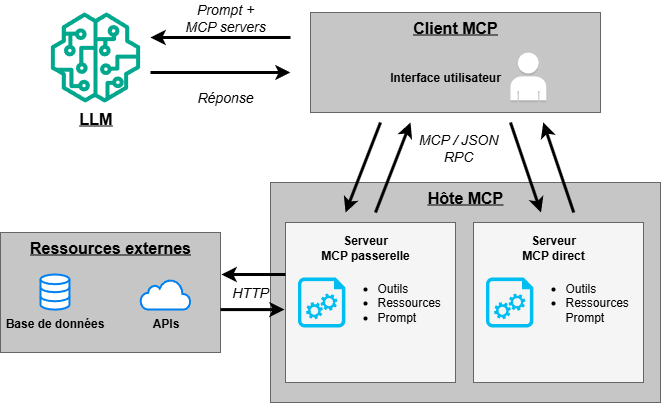
Above: documentation-latex/img/architecture_model_context_protocol.drawio.png in jonathanboreljaquet/bj-travail-bachelor-2026 (draw.io), before the change. Source tidied: cells renumbered, new cells last; positions are measured from the earlier drawing's top-left corner, leaving out a move shared by most shapes. The source it was exported from:
```xml
<mxGraphModel>
  <root>
    <mxCell id="0" />
    <mxCell id="1" parent="0" />
    <mxCell id="2" style="rounded=0;whiteSpace=wrap;html=1;fillColor=#C6C6C6;strokeColor=#666666;fontColor=#333333;" parent="1" vertex="1">
      <mxGeometry x="310" y="10" width="290" height="100" as="geometry" />
    </mxCell>
    <mxCell id="3" value="Client MCP" style="text;html=1;align=center;verticalAlign=middle;whiteSpace=wrap;rounded=0;fontStyle=5;fontFamily=Helvetica;fontSize=16;" parent="1" vertex="1">
      <mxGeometry x="390" y="10" width="130" height="30" as="geometry" />
    </mxCell>
    <mxCell id="4" value="Interface utilisateur" style="text;html=1;align=center;verticalAlign=middle;whiteSpace=wrap;rounded=0;fontStyle=1;" parent="1" vertex="1">
      <mxGeometry x="380" y="60" width="130" height="30" as="geometry" />
    </mxCell>
    <mxCell id="5" style="dashed=0;verticalLabelPosition=bottom;verticalAlign=top;align=center;html=1;shape=mxgraph.aws3.user;" parent="1" vertex="1">
      <mxGeometry x="510" y="50" width="35.7" height="50" as="geometry" />
    </mxCell>
    <mxCell id="6" value="LLM" style="sketch=0;fontColor=#000000;gradientColor=none;fillColor=#01A88D;strokeColor=none;dashed=0;verticalLabelPosition=bottom;verticalAlign=top;align=center;html=1;fontSize=16;fontStyle=5;shape=mxgraph.aws4.sagemaker_model;" parent="1" vertex="1">
      <mxGeometry x="50" y="10" width="90" height="90" as="geometry" />
    </mxCell>
    <mxCell id="7" style="edgeStyle=orthogonalEdgeStyle;rounded=0;orthogonalLoop=1;jettySize=auto;html=1;strokeWidth=3;" parent="1" edge="1">
      <mxGeometry relative="1" as="geometry">
        <mxPoint x="290" y="35" as="sourcePoint" />
        <mxPoint x="150" y="35" as="targetPoint" />
      </mxGeometry>
    </mxCell>
    <mxCell id="8" style="edgeStyle=orthogonalEdgeStyle;rounded=0;orthogonalLoop=1;jettySize=auto;html=1;strokeWidth=3;startArrow=classic;startFill=1;endArrow=none;endFill=0;" parent="1" edge="1">
      <mxGeometry relative="1" as="geometry">
        <mxPoint x="290" y="70" as="sourcePoint" />
        <mxPoint x="150" y="70" as="targetPoint" />
      </mxGeometry>
    </mxCell>
    <mxCell id="9" value="Prompt + MCP servers" style="text;html=1;align=center;verticalAlign=middle;whiteSpace=wrap;rounded=0;fontStyle=2;fontSize=14;" parent="1" vertex="1">
      <mxGeometry x="180" width="90" height="30" as="geometry" />
    </mxCell>
    <mxCell id="10" value="Réponse" style="text;html=1;align=center;verticalAlign=middle;whiteSpace=wrap;rounded=0;fontStyle=2;fontSize=14;" parent="1" vertex="1">
      <mxGeometry x="180" y="80" width="90" height="30" as="geometry" />
    </mxCell>
    <mxCell id="11" style="rounded=0;whiteSpace=wrap;html=1;fillColor=#C6C6C6;fontColor=#333333;strokeColor=#666666;" parent="1" vertex="1">
      <mxGeometry x="270" y="180" width="390" height="220" as="geometry" />
    </mxCell>
    <mxCell id="12" value="Hôte MCP" style="text;html=1;align=center;verticalAlign=middle;whiteSpace=wrap;rounded=0;fontStyle=5;fontSize=16;" parent="1" vertex="1">
      <mxGeometry x="400" y="180" width="130" height="30" as="geometry" />
    </mxCell>
    <mxCell id="13" style="rounded=0;whiteSpace=wrap;html=1;fillColor=#f5f5f5;fontColor=#333333;strokeColor=#666666;" parent="1" vertex="1">
      <mxGeometry x="285" y="220" width="170" height="160" as="geometry" />
    </mxCell>
    <mxCell id="14" style="rounded=0;whiteSpace=wrap;html=1;fillColor=#f5f5f5;fontColor=#333333;strokeColor=#666666;" parent="1" vertex="1">
      <mxGeometry x="473" y="220" width="170" height="160" as="geometry" />
    </mxCell>
    <mxCell id="15" value="Serveur MCP&amp;nbsp;passerelle" style="text;html=1;align=center;verticalAlign=middle;whiteSpace=wrap;rounded=0;fontStyle=1;" parent="1" vertex="1">
      <mxGeometry x="315" y="230" width="100" height="30" as="geometry" />
    </mxCell>
    <mxCell id="16" value="Serveur MCP&amp;nbsp;direct" style="text;html=1;align=center;verticalAlign=middle;whiteSpace=wrap;rounded=0;fontStyle=1;" parent="1" vertex="1">
      <mxGeometry x="503" y="230" width="100" height="30" as="geometry" />
    </mxCell>
    <mxCell id="17" style="verticalLabelPosition=bottom;html=1;verticalAlign=top;align=center;strokeColor=none;fillColor=#00BEF2;shape=mxgraph.azure.startup_task;" parent="1" vertex="1">
      <mxGeometry x="297.5" y="275" width="47.5" height="50" as="geometry" />
    </mxCell>
    <mxCell id="18" value="&lt;ul&gt;&lt;li style=&quot;&quot;&gt;Outils&lt;/li&gt;&lt;li style=&quot;&quot;&gt;Ressources&lt;/li&gt;&lt;li style=&quot;&quot;&gt;Prompt&lt;/li&gt;&lt;/ul&gt;" style="text;html=1;align=left;verticalAlign=middle;whiteSpace=wrap;rounded=0;" parent="1" vertex="1">
      <mxGeometry x="335" y="262.5" width="80" height="75" as="geometry" />
    </mxCell>
    <mxCell id="19" style="verticalLabelPosition=bottom;html=1;verticalAlign=top;align=center;strokeColor=none;fillColor=#00BEF2;shape=mxgraph.azure.startup_task;" parent="1" vertex="1">
      <mxGeometry x="485.5" y="275" width="47.5" height="50" as="geometry" />
    </mxCell>
    <mxCell id="20" value="&lt;ul&gt;&lt;li style=&quot;&quot;&gt;Outils&lt;/li&gt;&lt;li style=&quot;&quot;&gt;Ressources&lt;br&gt;Prompt&lt;/li&gt;&lt;/ul&gt;" style="text;html=1;align=left;verticalAlign=middle;whiteSpace=wrap;rounded=0;" parent="1" vertex="1">
      <mxGeometry x="523" y="262.5" width="80" height="75" as="geometry" />
    </mxCell>
    <mxCell id="21" style="endArrow=classic;html=1;rounded=0;strokeWidth=3;" parent="1" edge="1">
      <mxGeometry relative="1" as="geometry">
        <mxPoint x="375" y="210" as="sourcePoint" />
        <mxPoint x="410" y="120" as="targetPoint" />
      </mxGeometry>
    </mxCell>
    <mxCell id="22" style="endArrow=none;html=1;rounded=0;strokeWidth=3;startArrow=classic;startFill=1;endFill=0;" parent="1" edge="1">
      <mxGeometry relative="1" as="geometry">
        <mxPoint x="345" y="210" as="sourcePoint" />
        <mxPoint x="380" y="120" as="targetPoint" />
      </mxGeometry>
    </mxCell>
    <mxCell id="23" style="endArrow=none;html=1;rounded=0;strokeWidth=3;startArrow=classic;startFill=1;endFill=0;" parent="1" edge="1">
      <mxGeometry relative="1" as="geometry">
        <mxPoint x="540.5" y="210" as="sourcePoint" />
        <mxPoint x="510" y="120" as="targetPoint" />
      </mxGeometry>
    </mxCell>
    <mxCell id="24" style="endArrow=classic;html=1;rounded=0;strokeWidth=3;" parent="1" edge="1">
      <mxGeometry relative="1" as="geometry">
        <mxPoint x="573.2" y="210" as="sourcePoint" />
        <mxPoint x="542.8" y="120" as="targetPoint" />
      </mxGeometry>
    </mxCell>
    <mxCell id="25" value="MCP / JSON RPC" style="text;html=1;align=center;verticalAlign=middle;whiteSpace=wrap;rounded=0;fontStyle=2;fontSize=14;" parent="1" vertex="1">
      <mxGeometry x="413" y="130" width="90" height="30" as="geometry" />
    </mxCell>
    <mxCell id="26" style="rounded=0;whiteSpace=wrap;html=1;fillColor=#C6C6C6;fontColor=#333333;strokeColor=#666666;" parent="1" vertex="1">
      <mxGeometry y="230" width="220" height="120" as="geometry" />
    </mxCell>
    <mxCell id="27" value="Ressources externes" style="text;html=1;align=center;verticalAlign=middle;whiteSpace=wrap;rounded=0;fontStyle=5;fontSize=16;" parent="1" vertex="1">
      <mxGeometry y="230" width="220" height="30" as="geometry" />
    </mxCell>
    <mxCell id="28" value="Base de données" style="html=1;verticalLabelPosition=bottom;align=center;labelBackgroundColor=none;verticalAlign=top;strokeWidth=2;strokeColor=#0080F0;shadow=0;dashed=0;shape=mxgraph.ios7.icons.data;fontStyle=1;" parent="1" vertex="1">
      <mxGeometry x="40" y="272" width="28.9" height="35.1" as="geometry" />
    </mxCell>
    <mxCell id="29" value="APIs" style="html=1;verticalLabelPosition=bottom;align=center;labelBackgroundColor=none;verticalAlign=top;strokeWidth=2;strokeColor=#0080F0;shadow=0;dashed=0;shape=mxgraph.ios7.icons.cloud;fontStyle=1;" parent="1" vertex="1">
      <mxGeometry x="140" y="277" width="50" height="30" as="geometry" />
    </mxCell>
    <mxCell id="30" style="endArrow=none;html=1;rounded=0;strokeWidth=3;startArrow=classic;startFill=1;endFill=0;" parent="1" edge="1">
      <mxGeometry relative="1" as="geometry">
        <mxPoint x="221" y="272" as="sourcePoint" />
        <mxPoint x="285" y="272" as="targetPoint" />
      </mxGeometry>
    </mxCell>
    <mxCell id="31" style="endArrow=classic;html=1;rounded=0;strokeWidth=3;startArrow=none;startFill=0;endFill=1;" parent="1" edge="1">
      <mxGeometry relative="1" as="geometry">
        <mxPoint x="220" y="307.1" as="sourcePoint" />
        <mxPoint x="284" y="307.1" as="targetPoint" />
      </mxGeometry>
    </mxCell>
    <mxCell id="32" value="HTTP" style="text;html=1;align=center;verticalAlign=middle;whiteSpace=wrap;rounded=0;fontStyle=2;fontSize=14;" parent="1" vertex="1">
      <mxGeometry x="204.5" y="275" width="90" height="30" as="geometry" />
    </mxCell>
  </root>
</mxGraphModel>
```
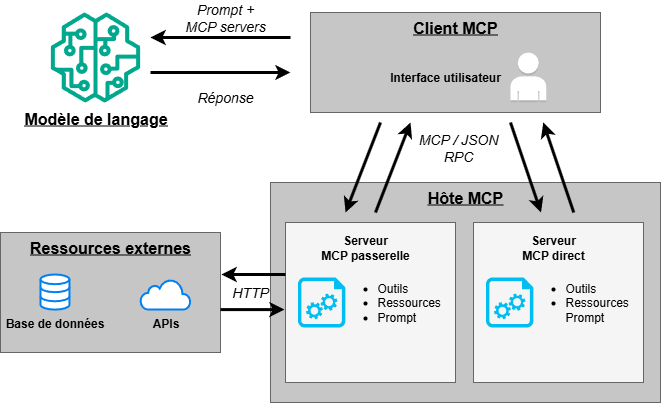
Later version of the same file.

Diff of the diagram source:
```diff
@@ -14,7 +14,7 @@
     <mxCell id="5" style="dashed=0;verticalLabelPosition=bottom;verticalAlign=top;align=center;html=1;shape=mxgraph.aws3.user;" parent="1" vertex="1">
       <mxGeometry x="510" y="50" width="35.7" height="50" as="geometry" />
     </mxCell>
-    <mxCell id="6" value="LLM" style="sketch=0;fontColor=#000000;gradientColor=none;fillColor=#01A88D;strokeColor=none;dashed=0;verticalLabelPosition=bottom;verticalAlign=top;align=center;html=1;fontSize=16;fontStyle=5;shape=mxgraph.aws4.sagemaker_model;" parent="1" vertex="1">
+    <mxCell id="6" value="Modèle de langage" style="sketch=0;fontColor=#000000;gradientColor=none;fillColor=#01A88D;strokeColor=none;dashed=0;verticalLabelPosition=bottom;verticalAlign=top;align=center;html=1;fontSize=16;fontStyle=5;shape=mxgraph.aws4.sagemaker_model;" parent="1" vertex="1">
       <mxGeometry x="50" y="10" width="90" height="90" as="geometry" />
     </mxCell>
     <mxCell id="7" style="edgeStyle=orthogonalEdgeStyle;rounded=0;orthogonalLoop=1;jettySize=auto;html=1;strokeWidth=3;" parent="1" edge="1">
```
